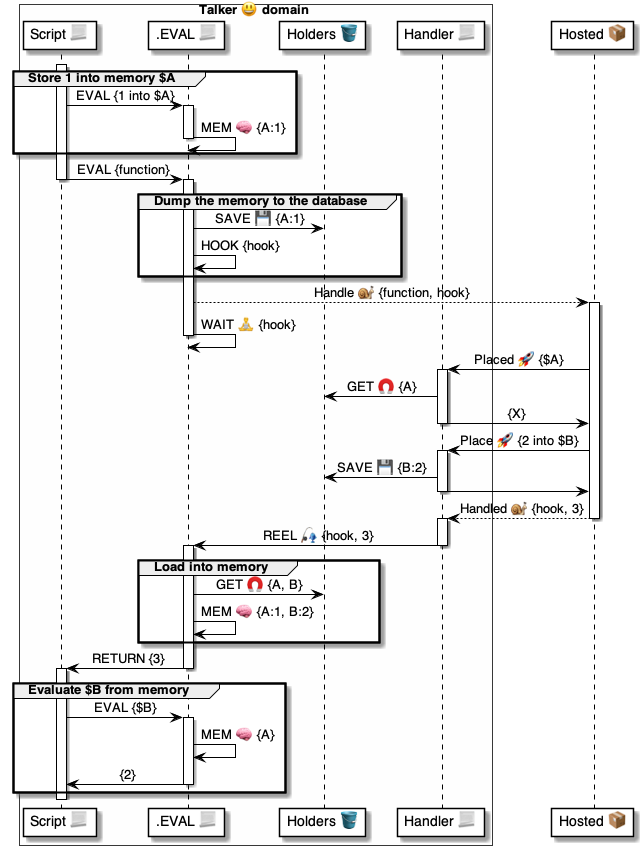
This is 4 ⚙️ Solution/35 💬 Chats/Scripts 📃/📃 holders 🧠/EVAL ⬇️/⬇️ EVAL ⚙️ uml.png from pollyweb-org/pollyweb-docs, a PlantUML export, as it was before one commit. Its source is kept beside it as 4 ⚙️ Solution/35 💬 Chats/Scripts 📃/📃 holders 🧠/EVAL ⬇️/⬇️ EVAL ⚙️ uml.puml. The source it was exported from:
```plantuml
@startuml Handle

box Talker 😃 domain #FFFFFA
    participant "Script 📃" as script
    participant ".EVAL 📃" as talker
    participant "Holders 🪣" as holders
    participant "Handler 📃" as handler
end box

participant "Hosted 📦" as hosted


activate script

    group Store 1 into memory $A
        script -> talker: EVAL {1 into $A}
        activate talker
            talker -> talker: MEM 🧠 {A:1}
        deactivate talker
    end group

    script -> talker: EVAL {function}
deactivate script

activate talker

    group Dump the memory to the database
        talker -> holders: SAVE 💾 {A:1}
        talker -> talker: HOOK {hook}
    end group

    talker --> hosted: Handle 🐌 {function, hook}
activate hosted
    talker -> talker: WAIT 🧘 {hook}
deactivate talker

    hosted -> handler: Placed 🚀 {$A}

    activate handler
        handler -> holders: GET 🧲 {A}
        handler -> hosted: {X}
    deactivate handler

    hosted -> handler: Place 🚀 {2 into $B}
    activate handler
        handler -> holders: SAVE 💾 {B:2}
        handler -> hosted:
    deactivate handler

    hosted --> handler: Handled 🐌 {hook, 3}
deactivate hosted

activate handler
    handler -> talker: REEL 🎣 {hook, 3}
deactivate handler

activate talker
    group Load into memory
        talker -> holders: GET 🧲 {A, B}
        talker -> talker: MEM 🧠 {A:1, B:2}
    end group
    talker -> script: RETURN {3}
deactivate talker

activate script

group Evaluate $B from memory
        script -> talker: EVAL {$B}
    activate talker
        talker -> talker: MEM 🧠 {A}
        talker -> script: {2}
    deactivate talker
end group

deactivate script


@enduml
```
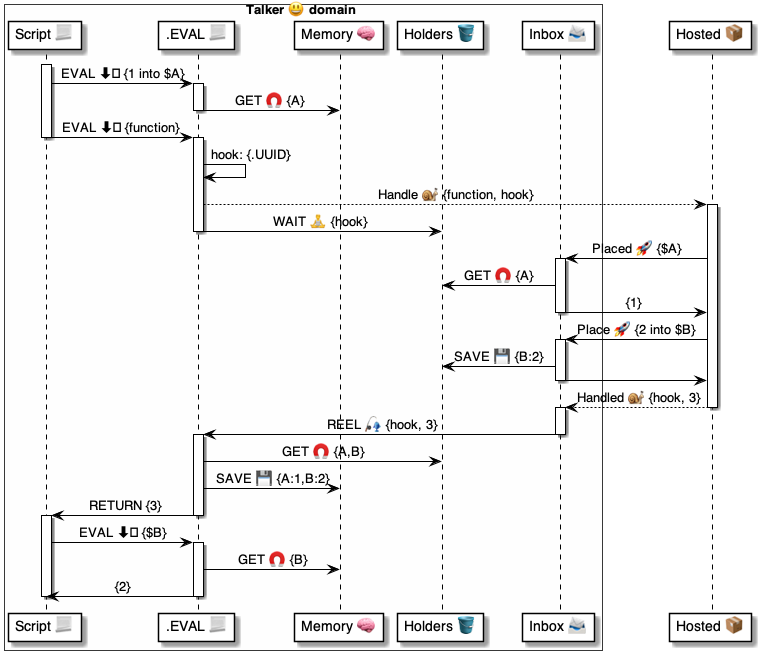
After the commit.

Diff of the diagram source:
```diff
@@ -3,8 +3,9 @@
 box Talker 😃 domain #FFFFFA
     participant "Script 📃" as script
     participant ".EVAL 📃" as talker
+    participant "Memory 🧠" as memory
     participant "Holders 🪣" as holders
-    participant "Handler 📃" as handler
+    participant "Inbox 📨" as inbox
 end box
 
 participant "Hosted 📦" as hosted
@@ -12,65 +13,56 @@
 
 activate script
 
-    group Store 1 into memory $A
-        script -> talker: EVAL {1 into $A}
-        activate talker
-            talker -> talker: MEM 🧠 {A:1}
-        deactivate talker
-    end group
+    script -> talker: EVAL ⬇️ {1 into $A}
+    activate talker
+        talker -> memory: GET 🧲 {A}
+    deactivate talker
 
-    script -> talker: EVAL {function}
+    script -> talker: EVAL ⬇️ {function}
 deactivate script
 
 activate talker
-
-    group Dump the memory to the database
-        talker -> holders: SAVE 💾 {A:1}
-        talker -> talker: HOOK {hook}
-    end group
-
+    talker -> talker: hook: {.UUID}
     talker --> hosted: Handle 🐌 {function, hook}
 activate hosted
-    talker -> talker: WAIT 🧘 {hook}
+    talker -> holders: WAIT 🧘 {hook}
 deactivate talker
 
-    hosted -> handler: Placed 🚀 {$A}
+    hosted -> inbox: Placed 🚀 {$A}
 
-    activate handler
-        handler -> holders: GET 🧲 {A}
-        handler -> hosted: {X}
-    deactivate handler
+    activate inbox
+        inbox -> holders: GET 🧲 {A}
+        inbox -> hosted: {1}
+    deactivate inbox
 
-    hosted -> handler: Place 🚀 {2 into $B}
-    activate handler
-        handler -> holders: SAVE 💾 {B:2}
-        handler -> hosted:
-    deactivate handler
+    hosted -> inbox: Place 🚀 {2 into $B}
+    activate inbox
+        inbox -> holders: SAVE 💾 {B:2}
+        inbox -> hosted:
+    deactivate inbox
 
-    hosted --> handler: Handled 🐌 {hook, 3}
+    hosted --> inbox: Handled 🐌 {hook, 3}
 deactivate hosted
 
-activate handler
-    handler -> talker: REEL 🎣 {hook, 3}
-deactivate handler
+activate inbox
+    inbox -> talker: REEL 🎣 {hook, 3}
+
+deactivate inbox
 
 activate talker
-    group Load into memory
-        talker -> holders: GET 🧲 {A, B}
-        talker -> talker: MEM 🧠 {A:1, B:2}
-    end group
+    talker -> holders: GET 🧲 {A,B}
+    talker -> memory: SAVE 💾 {A:1,B:2}
     talker -> script: RETURN {3}
 deactivate talker
 
 activate script
 
-group Evaluate $B from memory
-        script -> talker: EVAL {$B}
+
+        script -> talker: EVAL ⬇️ {$B}
     activate talker
-        talker -> talker: MEM 🧠 {A}
+        talker -> memory: GET 🧲 {B}
         talker -> script: {2}
     deactivate talker
-end group
 
 deactivate script
 
```
